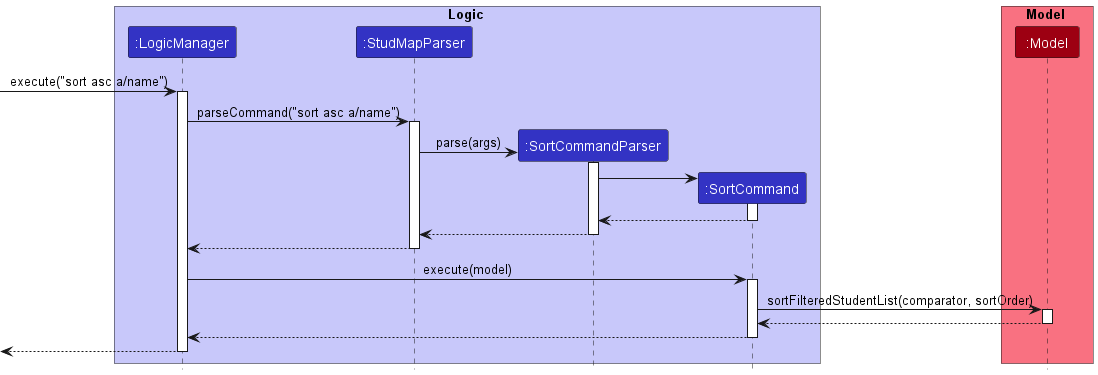
Before: docs/images/SortCommandSequenceDiagram.png, a diagram exported from PlantUML (nus-cs2103-AY2223S1/tp).
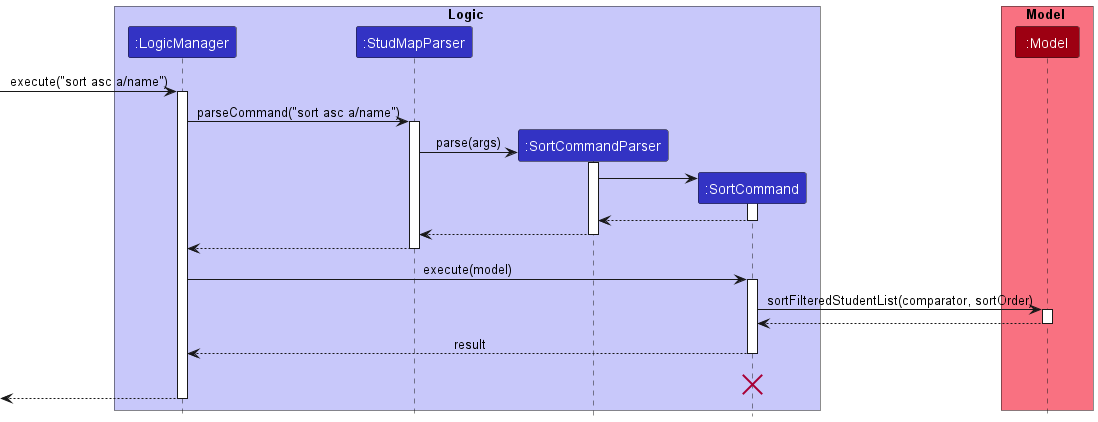
After the change.

Diff of the diagram source:
```diff
@@ -42,8 +42,11 @@
 Model --> SortCommand
 deactivate Model
 
-SortCommand --> LogicManager
+SortCommand --> LogicManager : result
 deactivate SortCommand
+
+SortCommand -[hidden]-> LogicManager : result
+destroy SortCommand
 
 [<--LogicManager
 deactivate LogicManager
```
